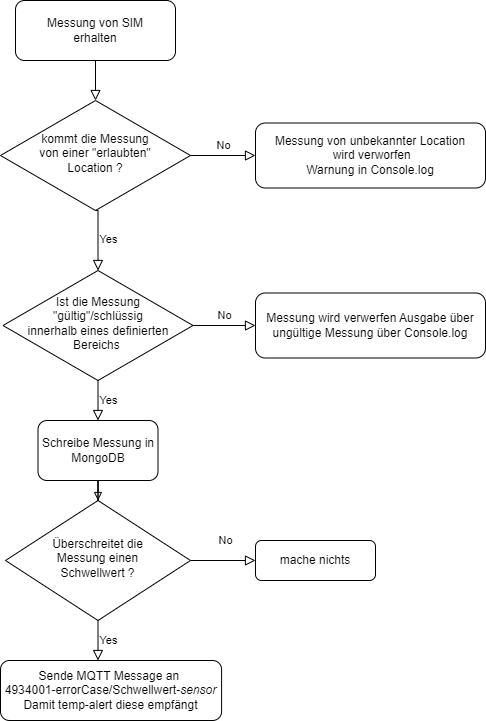
Earlier version of the draw.io export Images/ablauf-rectemp.png (tomisboy/dhbw-microservices). Source tidied: cells renumbered, new cells last; positions are measured from the earlier drawing's top-left corner, leaving out a move shared by most shapes.
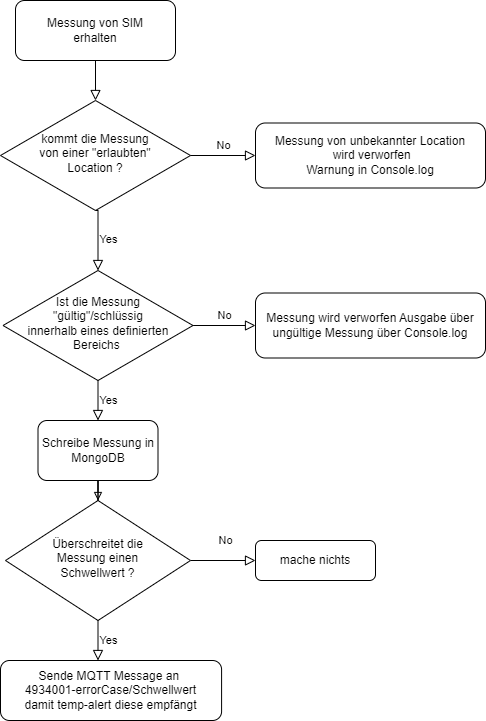
After the change.

The edit, as a diff of the source:
```diff
@@ -14,7 +14,7 @@
     <mxCell id="5" value="Ist die Messung &lt;br&gt;&quot;gültig&quot;/schlüssig&lt;br&gt;innerhalb eines definierten Bereichs&amp;nbsp;" style="rhombus;whiteSpace=wrap;html=1;shadow=0;fontFamily=Helvetica;fontSize=12;align=center;strokeWidth=1;spacing=6;spacingTop=-4;" parent="1" vertex="1">
       <mxGeometry x="2.5" y="270" width="190" height="110" as="geometry" />
     </mxCell>
-    <mxCell id="6" value="Messung wird verwerfen Ausgabe über ungültige Messung über Console.log&lt;br&gt;" style="rounded=1;whiteSpace=wrap;html=1;fontSize=12;glass=0;strokeWidth=1;shadow=0;" parent="1" vertex="1">
+    <mxCell id="6" value="Messung wird verworfen Ausgabe über ungültige Messung über Console.log" style="rounded=1;whiteSpace=wrap;html=1;fontSize=12;glass=0;strokeWidth=1;shadow=0;" parent="1" vertex="1">
       <mxGeometry x="255" y="292.5" width="230" height="65" as="geometry" />
     </mxCell>
     <mxCell id="7" value="No" style="rounded=0;html=1;jettySize=auto;fontSize=11;endArrow=block;endFill=0;endSize=8;strokeWidth=1;shadow=0;labelBackgroundColor=none;edgeStyle=orthogonalEdgeStyle;" parent="1" edge="1" source="8" target="9">
@@ -35,7 +35,7 @@
     <mxCell id="12" value="Yes" style="edgeStyle=orthogonalEdgeStyle;rounded=0;html=1;jettySize=auto;fontSize=11;endArrow=block;endFill=0;endSize=8;strokeWidth=1;shadow=0;labelBackgroundColor=none;entryX=0.5;entryY=0;entryDx=0;entryDy=0;exitX=0.5;exitY=1;exitDx=0;exitDy=0;" parent="1" edge="1" source="5" target="11">
       <mxGeometry y="10" relative="1" as="geometry" />
     </mxCell>
-    <mxCell id="13" value="Sende MQTT Message an&amp;nbsp;&lt;br&gt;4934001-errorCase/Schwellwert-&lt;i&gt;sensor&lt;/i&gt;&lt;br&gt;Damit temp-alert diese empfängt" style="rounded=1;whiteSpace=wrap;html=1;fontSize=12;glass=0;strokeWidth=1;shadow=0;" parent="1" vertex="1">
+    <mxCell id="13" value="Sende MQTT Message an&amp;nbsp;&lt;br&gt;4934001-errorCase/Schwellwert&lt;br&gt;damit temp-alert diese empfängt" style="rounded=1;whiteSpace=wrap;html=1;fontSize=12;glass=0;strokeWidth=1;shadow=0;" parent="1" vertex="1">
       <mxGeometry y="660" width="221.1" height="60" as="geometry" />
     </mxCell>
     <mxCell id="14" value="Yes" style="edgeStyle=orthogonalEdgeStyle;rounded=0;html=1;jettySize=auto;fontSize=11;endArrow=block;endFill=0;endSize=8;strokeWidth=1;shadow=0;labelBackgroundColor=none;entryX=0.441;entryY=0;entryDx=0;entryDy=0;exitX=0.5;exitY=1;exitDx=0;exitDy=0;entryPerimeter=0;" parent="1" edge="1" source="8" target="13">
```
